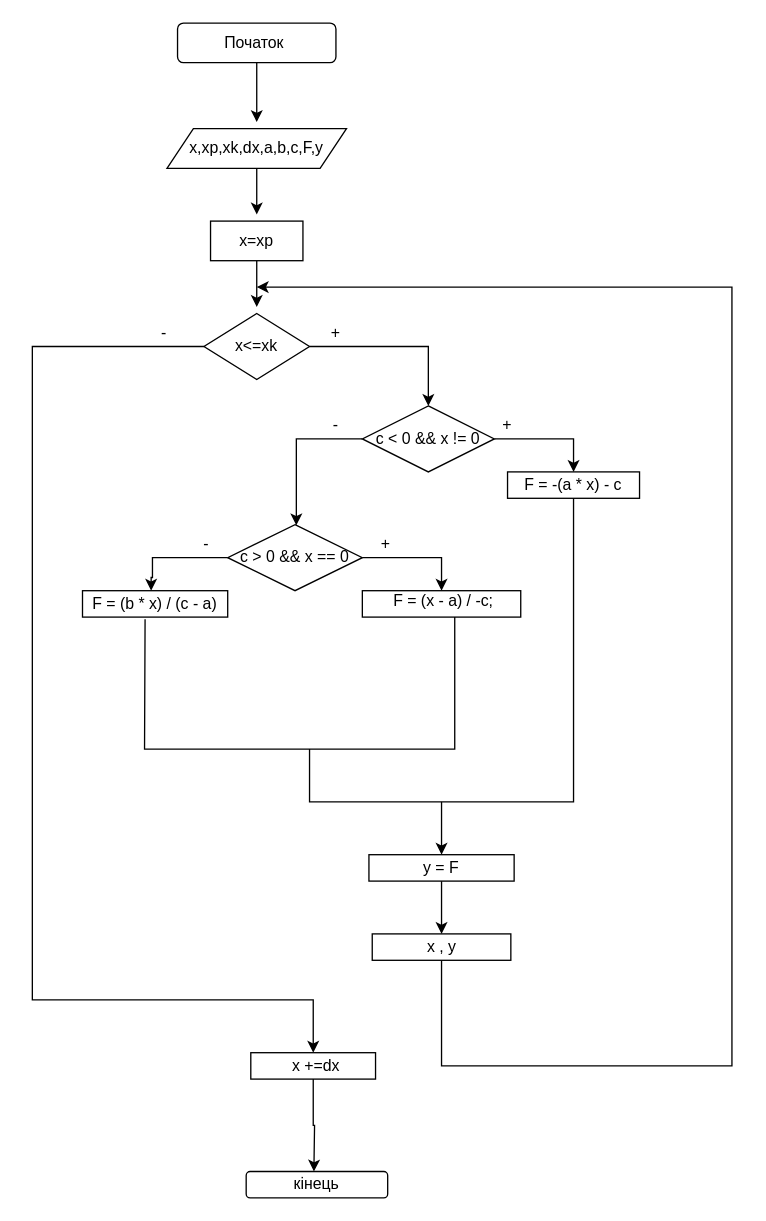
Above: page "Страница 1" (1 of 2) of Диаграмма без названия.drawio in Sofiia213/4.3 (draw.io), before the change. Source tidied: cells renumbered, new cells numbered last; positions are measured from the earlier drawing's top-left corner, leaving out a move shared by most shapes. Both pictures are drawn from the tidied source at 132%, with x=0, y=0 at pixel (32, 22).
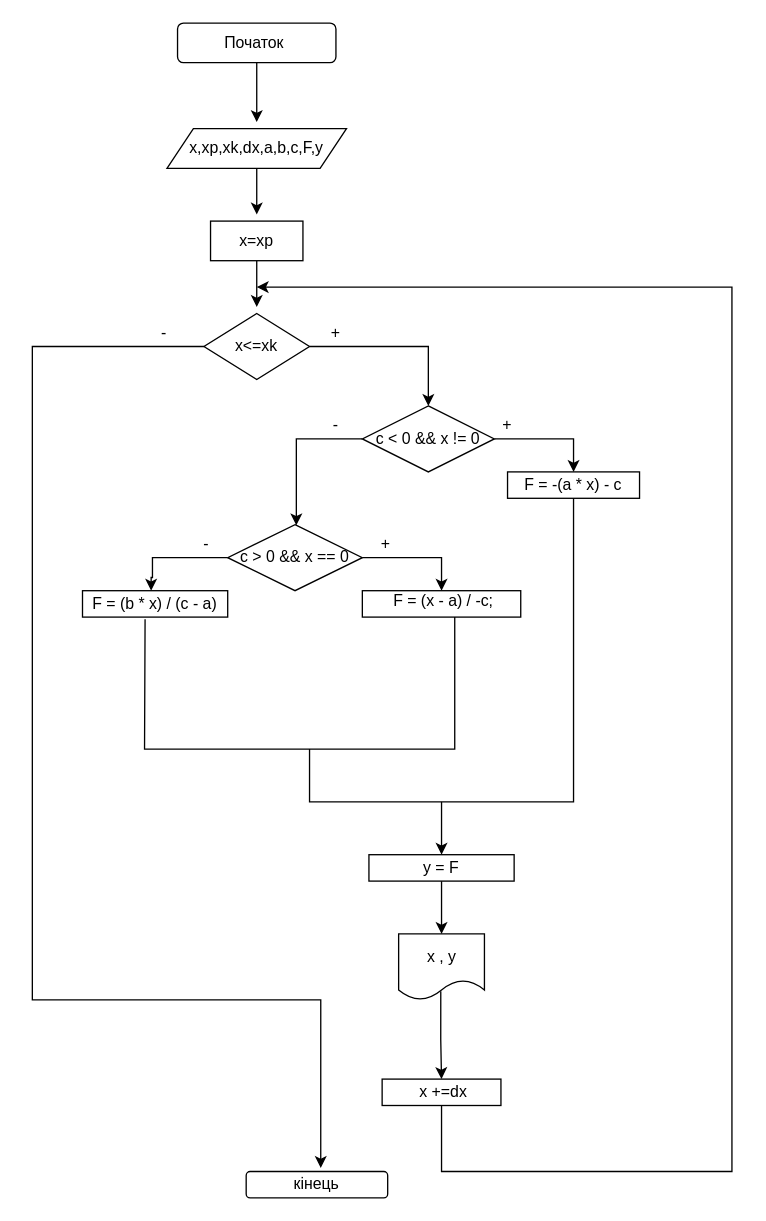
Above is the later version.

The change refers to these unchanged cells:
```xml
<mxCell id="10" value="x&amp;lt;=xk" style="rhombus;whiteSpace=wrap;html=1;" parent="1" vertex="1">
  <mxGeometry x="130" y="220" width="80" height="50" as="geometry" />
</mxCell>
<mxCell id="32" value="y = F" style="rounded=0;whiteSpace=wrap;html=1;" parent="1" vertex="1">
  <mxGeometry x="255" y="630" width="110" height="20" as="geometry" />
</mxCell>
```

Diff of the diagram source:
```diff
@@
-    <mxCell id="9" style="edgeStyle=orthogonalEdgeStyle;rounded=0;jettySize=auto;html=1;" parent="1" edge="1" source="10" target="35">
+    <mxCell id="9" style="edgeStyle=orthogonalEdgeStyle;rounded=0;jettySize=auto;html=1;entryX=0.527;entryY=-0.136;entryDx=0;entryDy=0;entryPerimeter=0;" parent="1" edge="1" source="10" target="36">
       <mxGeometry relative="1" as="geometry">
         <Array as="points">
           <mxPoint y="245" />
           <mxPoint y="740" />
+          <mxPoint x="219" y="740" />
         </Array>
       </mxGeometry>
     </mxCell>
@@
-    <mxCell id="30" style="edgeStyle=orthogonalEdgeStyle;rounded=0;jettySize=auto;html=1;exitX=0.5;exitY=1;exitDx=0;exitDy=0;" parent="1" edge="1" source="33">
+    <mxCell id="30" style="edgeStyle=orthogonalEdgeStyle;rounded=0;orthogonalLoop=1;jettySize=auto;html=1;" parent="1" edge="1">
       <mxGeometry relative="1" as="geometry">
+        <mxPoint x="310" y="820" as="sourcePoint" />
         <mxPoint x="170" y="200" as="targetPoint" />
         <Array as="points">
-          <mxPoint x="310" y="730" />
-          <mxPoint x="310" y="790" />
-          <mxPoint x="530" y="790" />
+          <mxPoint x="310" y="870" />
+          <mxPoint x="530" y="870" />
           <mxPoint x="530" y="200" />
         </Array>
       </mxGeometry>
     </mxCell>
-    <mxCell id="31" style="edgeStyle=orthogonalEdgeStyle;rounded=0;jettySize=auto;html=1;entryX=0.5;entryY=0;entryDx=0;entryDy=0;" parent="1" edge="1" source="32" target="33">
-      <mxGeometry relative="1" as="geometry" />
+    <mxCell id="31" style="edgeStyle=orthogonalEdgeStyle;rounded=0;jettySize=auto;html=1;entryX=0.5;entryY=0;entryDx=0;entryDy=0;" parent="1" edge="1" source="32">
+      <mxGeometry relative="1" as="geometry">
+        <mxPoint x="310" y="690" as="targetPoint" />
+      </mxGeometry>
     </mxCell>
@@
+    <mxCell id="36" value="кінець" style="rounded=1;whiteSpace=wrap;html=1;" parent="1" vertex="1">
+      <mxGeometry x="162" y="870" width="107.2" height="20" as="geometry" />
+    </mxCell>
+    <mxCell id="37" style="edgeStyle=orthogonalEdgeStyle;rounded=0;jettySize=auto;html=1;entryX=0.5;entryY=0;entryDx=0;entryDy=0;exitX=0.491;exitY=0.87;exitDx=0;exitDy=0;exitPerimeter=0;" parent="1" edge="1" source="33" target="35">
+      <mxGeometry relative="1" as="geometry" />
+    </mxCell>
-    <mxCell id="33" value="x , y" style="rounded=0;whiteSpace=wrap;html=1;" parent="1" vertex="1">
-      <mxGeometry x="257.5" y="690" width="105" height="20" as="geometry" />
+    <mxCell id="33" value="x , y" style="shape=document;whiteSpace=wrap;html=1;boundedLbl=1;" parent="1" vertex="1">
+      <mxGeometry x="277.5" y="690" width="65" height="50" as="geometry" />
     </mxCell>
-    <mxCell id="34" style="edgeStyle=orthogonalEdgeStyle;rounded=0;jettySize=auto;html=1;" parent="1" edge="1" source="35">
-      <mxGeometry relative="1" as="geometry">
-        <mxPoint x="213.3" y="870" as="targetPoint" />
-      </mxGeometry>
-    </mxCell>
-    <mxCell id="35" value="&lt;div&gt;&amp;nbsp;x +=dx&lt;/div&gt;" style="rounded=0;whiteSpace=wrap;html=1;" parent="1" vertex="1">
-      <mxGeometry x="165.5" y="780" width="94.5" height="20" as="geometry" />
+    <mxCell id="35" value="&amp;nbsp;x +=dx" style="rounded=0;whiteSpace=wrap;html=1;" parent="1" vertex="1">
+      <mxGeometry x="265" y="800" width="90" height="20" as="geometry" />
     </mxCell>
-    <mxCell id="36" value="кінець" style="rounded=1;whiteSpace=wrap;html=1;" parent="1" vertex="1">
-      <mxGeometry x="162" y="870" width="107.2" height="20" as="geometry" />
-    </mxCell>
```
